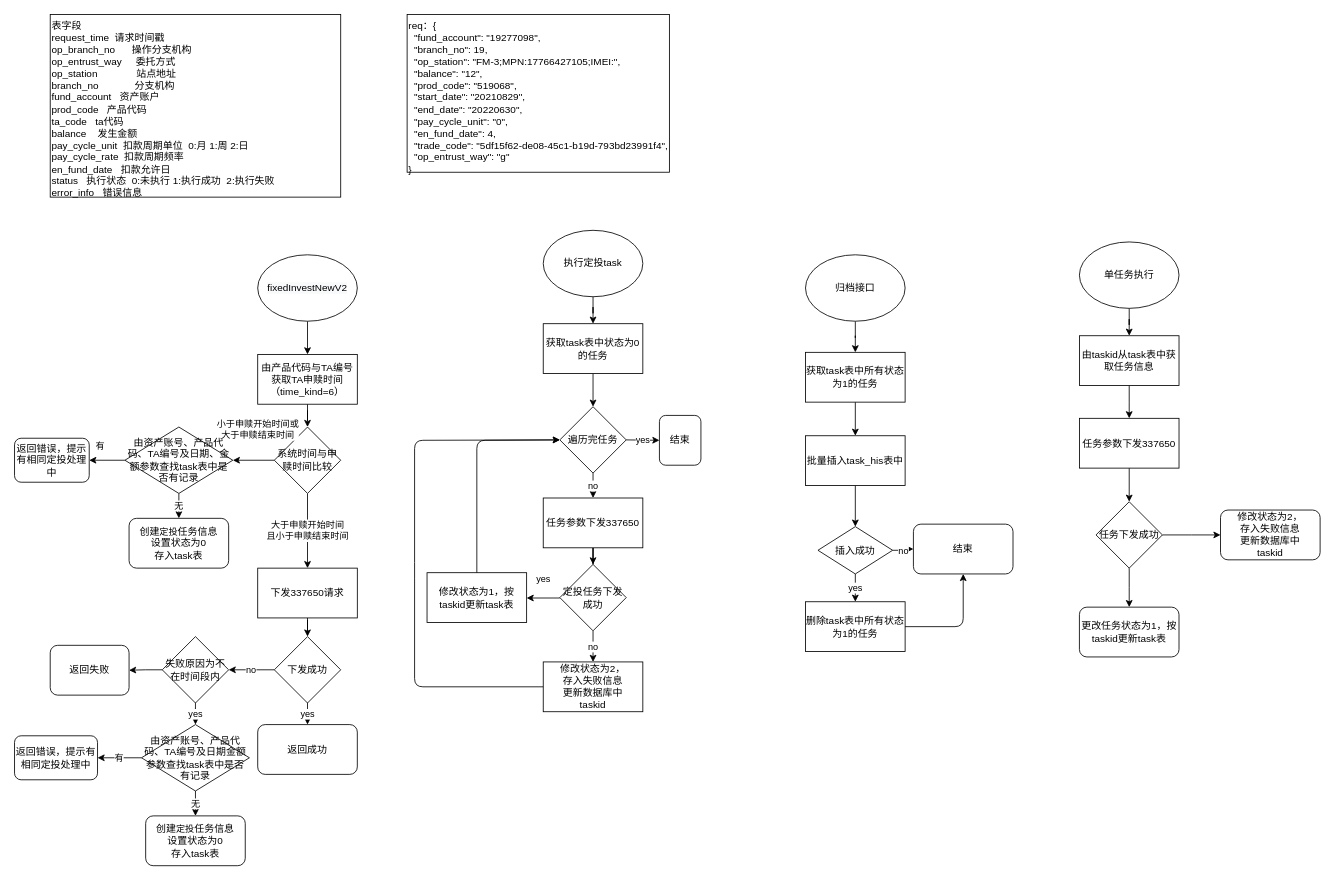
This is page "Page-1" (1 of 2) of 定投情况.drawio from leehomda/firsttest, a draw.io file, before an edit. Source tidied: cells renumbered, new cells numbered last; positions are measured from the earlier drawing's top-left corner, leaving out a move shared by most shapes. Both pictures are drawn from the tidied source at 83%, with x=0, y=0 at pixel (14, 14).
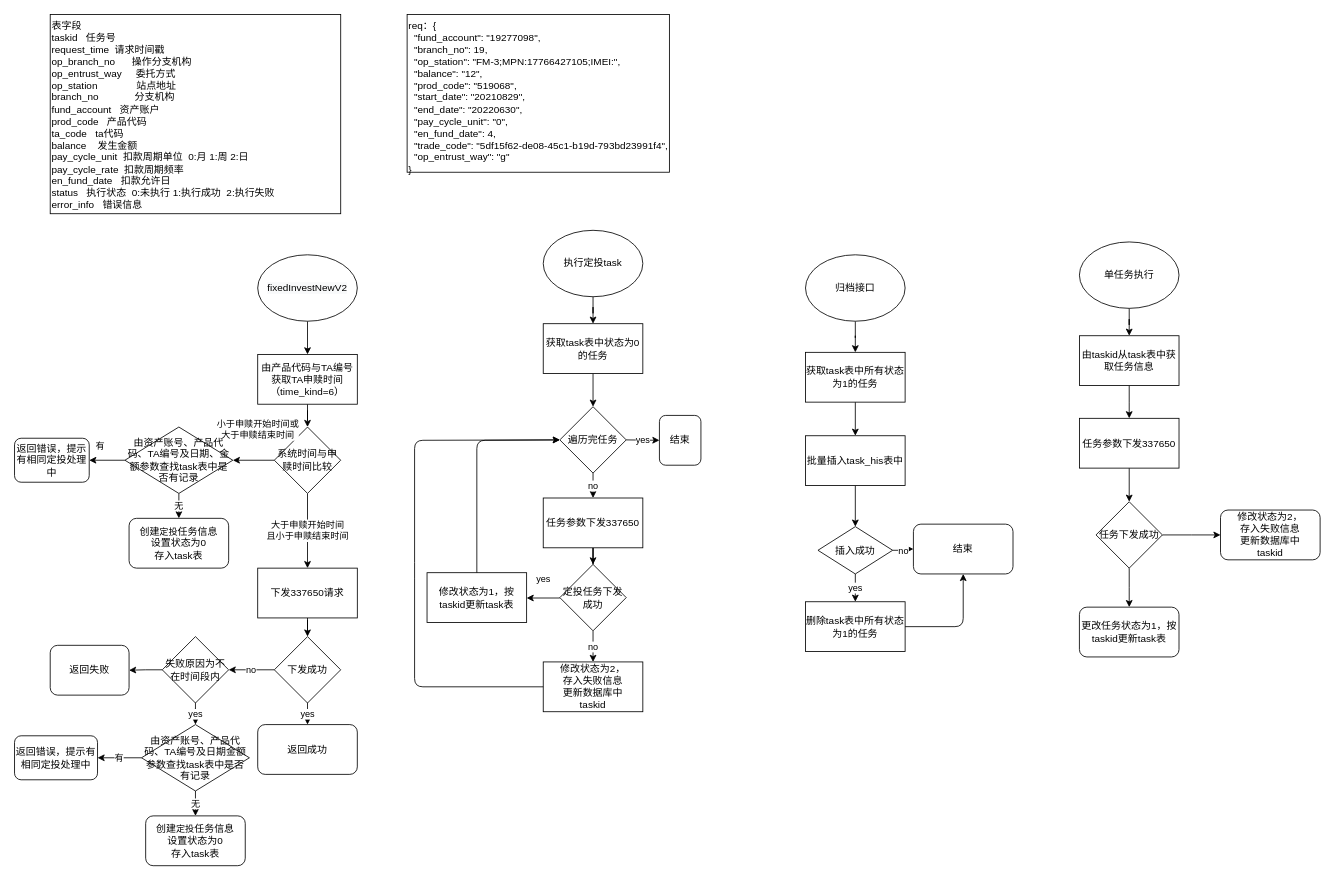
Above is the later version.

Diff of the diagram source:
```diff
@@
-    <mxCell id="29" value="&lt;span&gt;表字段&lt;br&gt;request_time&lt;span style=&quot;white-space: pre&quot;&gt; &lt;/span&gt;&lt;span style=&quot;white-space: pre&quot;&gt; &lt;/span&gt;请求时间戳&lt;br&gt;op_branch_no&amp;nbsp; &amp;nbsp; &amp;nbsp;&lt;span style=&quot;white-space: pre&quot;&gt; &lt;/span&gt;操作分支机构&amp;nbsp;&lt;/span&gt;&lt;br&gt;&lt;span&gt;op_entrust_way&amp;nbsp; &amp;nbsp; &lt;span style=&quot;white-space: pre&quot;&gt; &lt;/span&gt;委托方式&amp;nbsp;&lt;/span&gt;&lt;br&gt;&lt;span&gt;op_station&amp;nbsp; &amp;nbsp; &amp;nbsp; &amp;nbsp; &amp;nbsp; &amp;nbsp; &amp;nbsp;&lt;span style=&quot;white-space: pre&quot;&gt; &lt;/span&gt;站点地址&amp;nbsp;&lt;/span&gt;&lt;br&gt;&lt;span&gt;branch_no&amp;nbsp; &amp;nbsp; &amp;nbsp; &amp;nbsp; &amp;nbsp; &amp;nbsp; &lt;span style=&quot;white-space: pre&quot;&gt; &lt;/span&gt;分支机构&amp;nbsp;&lt;br&gt;&lt;/span&gt;fund_account &lt;span style=&quot;white-space: pre&quot;&gt; &lt;/span&gt;&lt;span style=&quot;white-space: pre&quot;&gt; &lt;/span&gt;资产账户&amp;nbsp;&lt;br&gt;prod_code &lt;span style=&quot;white-space: pre&quot;&gt; &lt;/span&gt;&lt;span style=&quot;white-space: pre&quot;&gt; &lt;/span&gt;产品代码&lt;br&gt;ta_code&lt;span style=&quot;white-space: pre&quot;&gt; &lt;/span&gt;&lt;span style=&quot;white-space: pre&quot;&gt; &lt;/span&gt;&lt;span style=&quot;white-space: pre&quot;&gt; &lt;/span&gt;ta代码&amp;nbsp;&lt;br&gt;balance &lt;span style=&quot;white-space: pre&quot;&gt; &lt;/span&gt;&lt;span style=&quot;white-space: pre&quot;&gt; &lt;/span&gt;&lt;span style=&quot;white-space: pre&quot;&gt; &lt;/span&gt;发生金额&amp;nbsp;&lt;br&gt;pay_cycle_unit &lt;span style=&quot;white-space: pre&quot;&gt; &lt;/span&gt;扣款周期单位&amp;nbsp; 0:月 1:周 2:日&lt;br&gt;pay_cycle_rate &lt;span style=&quot;white-space: pre&quot;&gt; &lt;/span&gt;扣款周期频率&amp;nbsp;&lt;br&gt;en_fund_date &lt;span style=&quot;white-space: pre&quot;&gt; &lt;/span&gt;&lt;span style=&quot;white-space: pre&quot;&gt; &lt;/span&gt;扣款允许日&lt;br&gt;&lt;span&gt;status&lt;span style=&quot;white-space: pre&quot;&gt; &lt;/span&gt;&lt;span style=&quot;white-space: pre&quot;&gt; &lt;/span&gt;&lt;span style=&quot;white-space: pre&quot;&gt; &lt;/span&gt;执行状态&amp;nbsp; 0:未执行 1:执行成功&amp;nbsp; 2:执行失败&lt;br&gt;error_info&lt;span style=&quot;white-space: pre&quot;&gt; &lt;/span&gt;&lt;span style=&quot;white-space: pre&quot;&gt; &lt;/span&gt;&lt;span style=&quot;white-space: pre&quot;&gt; &lt;/span&gt;错误信息&lt;br&gt;&lt;/span&gt;" style="rounded=0;whiteSpace=wrap;html=1;align=left;verticalAlign=top;" parent="1" vertex="1">
-      <mxGeometry x="43" width="350" height="220" as="geometry" />
+    <mxCell id="29" value="&lt;span&gt;表字段&lt;br&gt;taskid&lt;span style=&quot;white-space: pre&quot;&gt; &lt;/span&gt;&lt;span style=&quot;white-space: pre&quot;&gt; &lt;/span&gt;&lt;span style=&quot;white-space: pre&quot;&gt; &lt;/span&gt;任务号&lt;br&gt;request_time&lt;span style=&quot;white-space: pre&quot;&gt; &lt;/span&gt;&lt;span style=&quot;white-space: pre&quot;&gt; &lt;/span&gt;请求时间戳&lt;br&gt;op_branch_no&amp;nbsp; &amp;nbsp; &amp;nbsp;&lt;span style=&quot;white-space: pre&quot;&gt; &lt;/span&gt;操作分支机构&amp;nbsp;&lt;/span&gt;&lt;br&gt;&lt;span&gt;op_entrust_way&amp;nbsp; &amp;nbsp; &lt;span style=&quot;white-space: pre&quot;&gt; &lt;/span&gt;委托方式&amp;nbsp;&lt;/span&gt;&lt;br&gt;&lt;span&gt;op_station&amp;nbsp; &amp;nbsp; &amp;nbsp; &amp;nbsp; &amp;nbsp; &amp;nbsp; &amp;nbsp;&lt;span style=&quot;white-space: pre&quot;&gt; &lt;/span&gt;站点地址&amp;nbsp;&lt;/span&gt;&lt;br&gt;&lt;span&gt;branch_no&amp;nbsp; &amp;nbsp; &amp;nbsp; &amp;nbsp; &amp;nbsp; &amp;nbsp; &lt;span style=&quot;white-space: pre&quot;&gt; &lt;/span&gt;分支机构&amp;nbsp;&lt;br&gt;&lt;/span&gt;fund_account &lt;span style=&quot;white-space: pre&quot;&gt; &lt;/span&gt;&lt;span style=&quot;white-space: pre&quot;&gt; &lt;/span&gt;资产账户&amp;nbsp;&lt;br&gt;prod_code &lt;span style=&quot;white-space: pre&quot;&gt; &lt;/span&gt;&lt;span style=&quot;white-space: pre&quot;&gt; &lt;/span&gt;产品代码&lt;br&gt;ta_code&lt;span style=&quot;white-space: pre&quot;&gt; &lt;/span&gt;&lt;span style=&quot;white-space: pre&quot;&gt; &lt;/span&gt;&lt;span style=&quot;white-space: pre&quot;&gt; &lt;/span&gt;ta代码&amp;nbsp;&lt;br&gt;balance &lt;span style=&quot;white-space: pre&quot;&gt; &lt;/span&gt;&lt;span style=&quot;white-space: pre&quot;&gt; &lt;/span&gt;&lt;span style=&quot;white-space: pre&quot;&gt; &lt;/span&gt;发生金额&amp;nbsp;&lt;br&gt;pay_cycle_unit &lt;span style=&quot;white-space: pre&quot;&gt; &lt;/span&gt;扣款周期单位&amp;nbsp; 0:月 1:周 2:日&lt;br&gt;pay_cycle_rate &lt;span style=&quot;white-space: pre&quot;&gt; &lt;/span&gt;扣款周期频率&amp;nbsp;&lt;br&gt;en_fund_date &lt;span style=&quot;white-space: pre&quot;&gt; &lt;/span&gt;&lt;span style=&quot;white-space: pre&quot;&gt; &lt;/span&gt;扣款允许日&lt;br&gt;&lt;span&gt;status&lt;span style=&quot;white-space: pre&quot;&gt; &lt;/span&gt;&lt;span style=&quot;white-space: pre&quot;&gt; &lt;/span&gt;&lt;span style=&quot;white-space: pre&quot;&gt; &lt;/span&gt;执行状态&amp;nbsp; 0:未执行 1:执行成功&amp;nbsp; 2:执行失败&lt;br&gt;error_info&lt;span style=&quot;white-space: pre&quot;&gt; &lt;/span&gt;&lt;span style=&quot;white-space: pre&quot;&gt; &lt;/span&gt;&lt;span style=&quot;white-space: pre&quot;&gt; &lt;/span&gt;错误信息&lt;br&gt;&lt;/span&gt;" style="rounded=0;whiteSpace=wrap;html=1;align=left;verticalAlign=top;" parent="1" vertex="1">
+      <mxGeometry x="43" width="350" height="240" as="geometry" />
     </mxCell>
```
